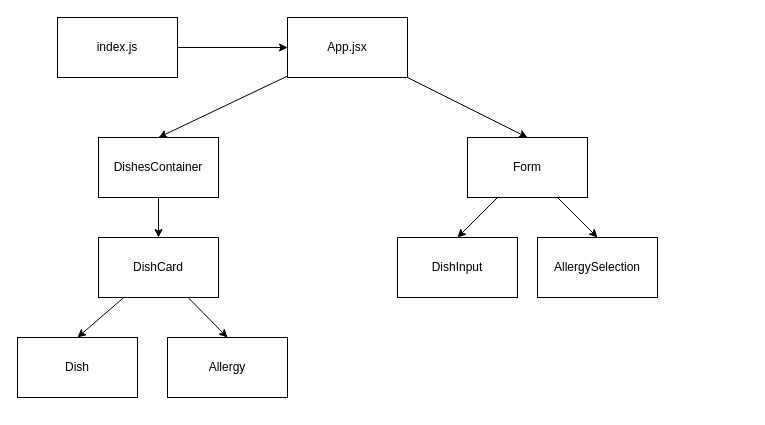
The draw.io diagram public/v1.drawio in matthewkohn/allergy-tracker-client, before the edit. Source tidied: cells renumbered, new cells numbered last; positions are measured from the earlier drawing's top-left corner, leaving out a move shared by most shapes. Both pictures are drawn from the tidied source at 100%, with x=0, y=0 at pixel (17, 17).
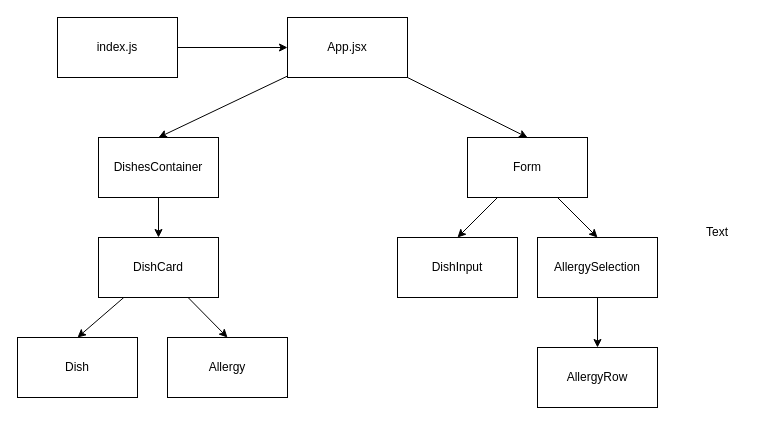
The same page after the edit.

Unchanged cells that the change refers to:
```xml
<mxCell id="18" value="AllergySelection" style="rounded=0;whiteSpace=wrap;html=1;" parent="1" vertex="1">
  <mxGeometry x="520" y="220" width="120" height="60" as="geometry" />
</mxCell>
```

Change to the diagram source:
```diff
@@
+    <mxCell id="19" style="edgeStyle=none;html=1;" parent="1" edge="1" source="18" target="20">
+      <mxGeometry relative="1" as="geometry" />
+    </mxCell>
@@
+    <mxCell id="20" value="AllergyRow" style="rounded=0;whiteSpace=wrap;html=1;" parent="1" vertex="1">
+      <mxGeometry x="520" y="330" width="120" height="60" as="geometry" />
+    </mxCell>
+    <mxCell id="21" value="Text" style="text;html=1;strokeColor=none;fillColor=none;align=center;verticalAlign=middle;whiteSpace=wrap;rounded=0;" parent="1" vertex="1">
+      <mxGeometry x="670" y="200" width="60" height="30" as="geometry" />
+    </mxCell>
```
